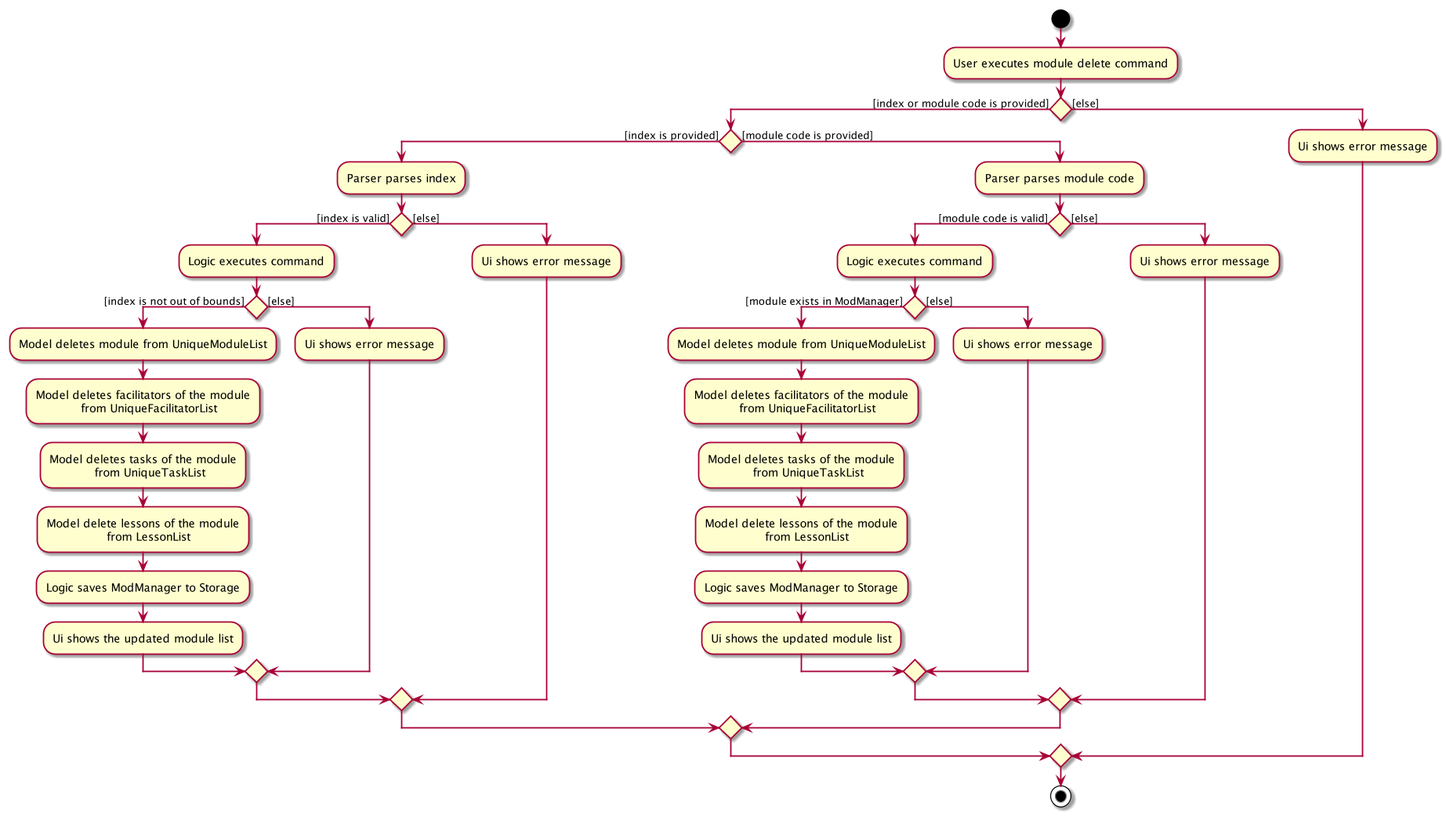
The PlantUML diagram docs/images/ModuleDeleteActivityDiagram.png in zixinn/main, before a commit.
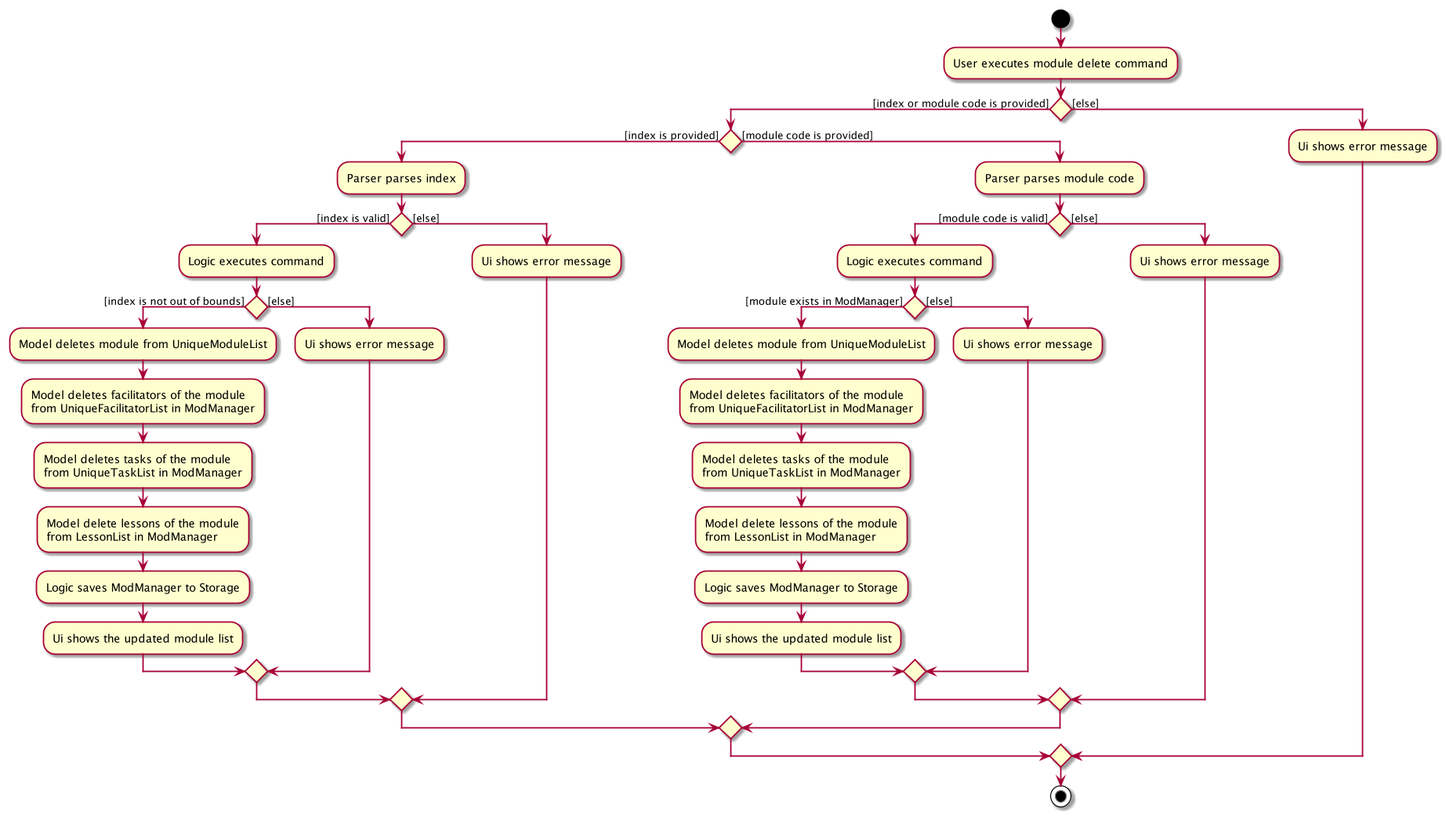
Later version of the same file.

Change to the diagram source:
```diff
@@ -9,11 +9,11 @@
             if () then ([index is not out of bounds])
                 :Model deletes module from UniqueModuleList;
                 :Model deletes facilitators of the module
-                            from UniqueFacilitatorList;
+                from UniqueFacilitatorList in ModManager;
                 :Model deletes tasks of the module
-                            from UniqueTaskList;
+                from UniqueTaskList in ModManager;
                 :Model delete lessons of the module
-                                from LessonList;
+                from LessonList in ModManager;
                 :Logic saves ModManager to Storage;
                 :Ui shows the updated module list;
             else ([else])
@@ -29,11 +29,11 @@
             if () then ([module exists in ModManager])
                 :Model deletes module from UniqueModuleList;
                 :Model deletes facilitators of the module
-                            from UniqueFacilitatorList;
+                from UniqueFacilitatorList in ModManager;
                 :Model deletes tasks of the module
-                            from UniqueTaskList;
+                from UniqueTaskList in ModManager;
                 :Model delete lessons of the module
-                                from LessonList;
+                from LessonList in ModManager;
                 :Logic saves ModManager to Storage;
                 :Ui shows the updated module list;
             else ([else])
```
